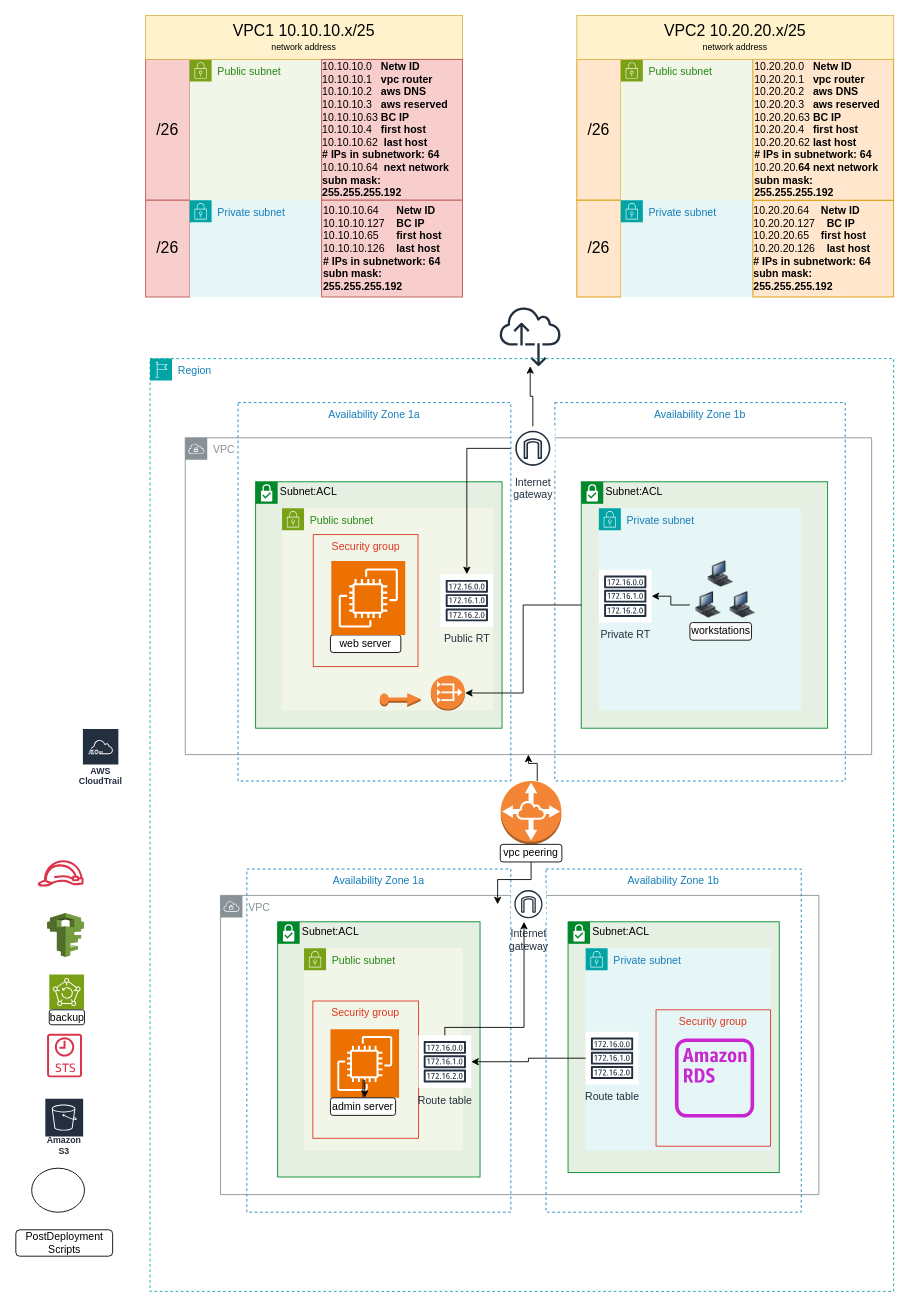
Above: 10_Final_Project/diagram_v1.0/FinalProject-v1.0.drawio in techgrounds/techgrounds-FvL69-1 (draw.io), before the change. Source tidied: cells renumbered, new cells numbered last; positions are measured from the earlier drawing's top-left corner, leaving out a move shared by most shapes. Both pictures are drawn from the tidied source at 88%, with x=0, y=0 at pixel (15, 15).
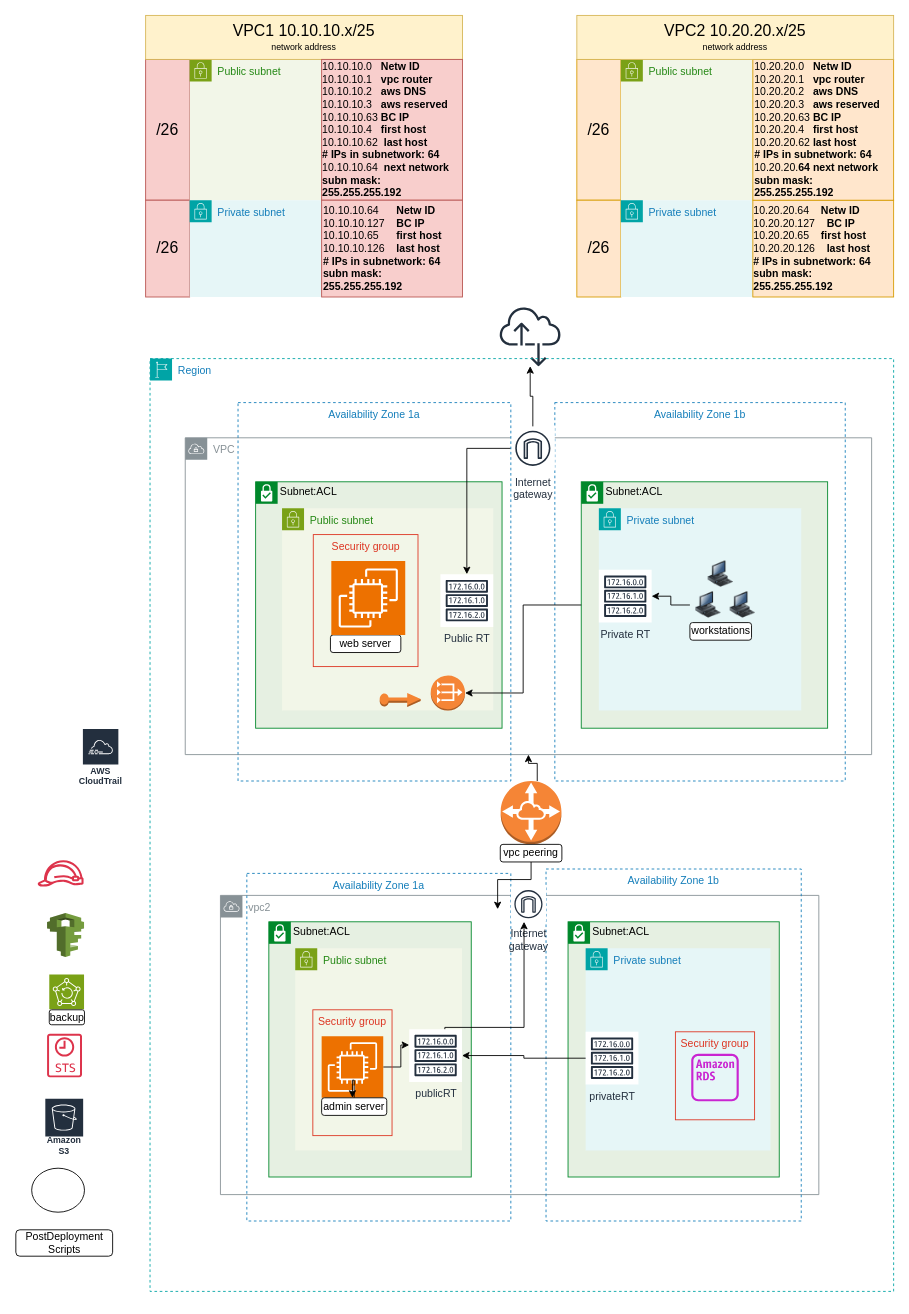
After the change.

Unchanged cells that the change refers to:
```xml
<mxCell id="27" value="Region" style="points=[[0,0],[0.25,0],[0.5,0],[0.75,0],[1,0],[1,0.25],[1,0.5],[1,0.75],[1,1],[0.75,1],[0.5,1],[0.25,1],[0,1],[0,0.75],[0,0.5],[0,0.25]];outlineConnect=0;gradientColor=none;html=1;whiteSpace=wrap;fontSize=12;fontStyle=0;shape=mxgraph.aws4.group;grIcon=mxgraph.aws4.group_region;strokeColor=#00A4A6;fillColor=none;verticalAlign=top;align=left;spacingLeft=30;fontColor=#147EBA;dashed=1;" parent="1" vertex="1">
  <mxGeometry x="153" y="390" width="845" height="1060" as="geometry" />
</mxCell>
<mxCell id="39" value="Private subnet" style="gradientColor=none;html=1;whiteSpace=wrap;fontSize=12;fontStyle=0;shape=mxgraph.aws4.group;grIcon=mxgraph.aws4.group_security_group;grStroke=0;strokeColor=#00A4A6;fillColor=#E6F6F7;verticalAlign=top;align=left;spacingLeft=30;fontColor=#147EBA;dashed=0;" parent="38" vertex="1">
  <mxGeometry x="20" y="30" width="210" height="230" as="geometry" />
</mxCell>
```

Change to the diagram source:
```diff
@@
-    <mxCell id="28" value="VPC" style="sketch=0;gradientColor=none;html=1;whiteSpace=wrap;fontSize=12;fontStyle=0;shape=mxgraph.aws4.group;grIcon=mxgraph.aws4.group_vpc;strokeColor=#879196;fillColor=none;verticalAlign=top;align=left;spacingLeft=30;fontColor=#879196;dashed=0;" parent="27" vertex="1">
+    <mxCell id="28" value="vpc2" style="sketch=0;gradientColor=none;html=1;whiteSpace=wrap;fontSize=12;fontStyle=0;shape=mxgraph.aws4.group;grIcon=mxgraph.aws4.group_vpc;strokeColor=#879196;fillColor=none;verticalAlign=top;align=left;spacingLeft=30;fontColor=#879196;dashed=0;" parent="27" vertex="1">
       <mxGeometry x="80" y="610" width="680" height="340" as="geometry" />
     </mxCell>
     <mxCell id="29" value="Availability Zone 1a" style="fillColor=none;strokeColor=#147EBA;dashed=1;verticalAlign=top;fontStyle=0;fontColor=#147EBA;whiteSpace=wrap;html=1;" parent="27" vertex="1">
-      <mxGeometry x="110" y="580" width="300" height="390" as="geometry" />
+      <mxGeometry x="110" y="585" width="300" height="395" as="geometry" />
     </mxCell>
     <mxCell id="30" value="Availability Zone 1b" style="fillColor=none;strokeColor=#147EBA;dashed=1;verticalAlign=top;fontStyle=0;fontColor=#147EBA;whiteSpace=wrap;html=1;" parent="27" vertex="1">
-      <mxGeometry x="450" y="580" width="290" height="390" as="geometry" />
+      <mxGeometry x="450" y="580" width="290" height="400" as="geometry" />
     </mxCell>
     <mxCell id="31" value="Subnet:ACL" style="shape=mxgraph.ibm.box;prType=subnet;fontStyle=0;verticalAlign=top;align=left;spacingLeft=32;spacingTop=4;fillColor=#E6F0E2;rounded=0;whiteSpace=wrap;html=1;strokeColor=#00882B;strokeWidth=1;dashed=0;spacing=-4;" parent="27" vertex="1">
-      <mxGeometry x="145" y="640" width="230" height="290" as="geometry" />
+      <mxGeometry x="135" y="640" width="230" height="290" as="geometry" />
     </mxCell>
     <mxCell id="32" value="Public subnet" style="gradientColor=none;html=1;whiteSpace=wrap;fontSize=12;fontStyle=0;shape=mxgraph.aws4.group;grIcon=mxgraph.aws4.group_security_group;grStroke=0;strokeColor=#7AA116;fillColor=#F2F6E8;verticalAlign=top;align=left;spacingLeft=30;fontColor=#248814;dashed=0;" parent="31" vertex="1">
-      <mxGeometry x="30" y="30" width="180" height="230" as="geometry" />
+      <mxGeometry x="30" y="30" width="189.5" height="230" as="geometry" />
     </mxCell>
+    <mxCell id="37" value="publicRT" style="sketch=0;outlineConnect=0;fontColor=#232F3E;gradientColor=none;strokeColor=#232F3E;fillColor=#ffffff;dashed=0;verticalLabelPosition=bottom;verticalAlign=top;align=center;html=1;fontSize=12;fontStyle=0;shape=mxgraph.aws4.resourceIcon;resIcon=mxgraph.aws4.route_table;" parent="32" vertex="1">
+      <mxGeometry x="129.5" y="92" width="60" height="60" as="geometry" />
+    </mxCell>
+    <mxCell id="74" style="edgeStyle=orthogonalEdgeStyle;rounded=0;jettySize=auto;html=1;" parent="31" edge="1" source="33" target="37">
+      <mxGeometry relative="1" as="geometry">
+        <Array as="points">
+          <mxPoint x="150" y="165" />
+          <mxPoint x="150" y="140" />
+        </Array>
+      </mxGeometry>
+    </mxCell>
     <mxCell id="33" style="sketch=0;points=[[0,0,0],[0.25,0,0],[0.5,0,0],[0.75,0,0],[1,0,0],[0,1,0],[0.25,1,0],[0.5,1,0],[0.75,1,0],[1,1,0],[0,0.25,0],[0,0.5,0],[0,0.75,0],[1,0.25,0],[1,0.5,0],[1,0.75,0]];outlineConnect=0;fontColor=#232F3E;fillColor=#ED7100;strokeColor=#ffffff;dashed=0;verticalLabelPosition=bottom;verticalAlign=top;align=center;html=1;fontSize=12;fontStyle=0;shape=mxgraph.aws4.resourceIcon;resIcon=mxgraph.aws4.ec2;" parent="31" vertex="1">
-      <mxGeometry x="60" y="122" width="78" height="78" as="geometry" />
+      <mxGeometry x="60" y="130" width="70" height="70" as="geometry" />
     </mxCell>
@@
     <mxCell id="36" value="Security group" style="fillColor=none;strokeColor=#DD3522;verticalAlign=top;fontStyle=0;fontColor=#DD3522;whiteSpace=wrap;html=1;" parent="31" vertex="1">
-      <mxGeometry x="40" y="90" width="120" height="156" as="geometry" />
+      <mxGeometry x="50" y="100" width="90" height="143" as="geometry" />
     </mxCell>
-    <mxCell id="37" value="Route table" style="sketch=0;outlineConnect=0;fontColor=#232F3E;gradientColor=none;strokeColor=#232F3E;fillColor=#ffffff;dashed=0;verticalLabelPosition=bottom;verticalAlign=top;align=center;html=1;fontSize=12;fontStyle=0;shape=mxgraph.aws4.resourceIcon;resIcon=mxgraph.aws4.route_table;" parent="31" vertex="1">
-      <mxGeometry x="160" y="129" width="60" height="60" as="geometry" />
-    </mxCell>
     <mxCell id="38" value="Subnet:ACL" style="shape=mxgraph.ibm.box;prType=subnet;fontStyle=0;verticalAlign=top;align=left;spacingLeft=32;spacingTop=4;fillColor=#E6F0E2;rounded=0;whiteSpace=wrap;html=1;strokeColor=#00882B;strokeWidth=1;dashed=0;spacing=-4;" parent="27" vertex="1">
-      <mxGeometry x="475" y="640" width="240" height="285" as="geometry" />
+      <mxGeometry x="475" y="640" width="240" height="290" as="geometry" />
     </mxCell>
@@
+    <mxCell id="41" value="Security group" style="fillColor=none;strokeColor=#DD3522;verticalAlign=top;fontStyle=0;fontColor=#DD3522;whiteSpace=wrap;html=1;" parent="39" vertex="1">
+      <mxGeometry x="102" y="95" width="90" height="100" as="geometry" />
+    </mxCell>
     <mxCell id="40" style="sketch=0;fontColor=#232F3E;gradientColor=none;fillColor=#C925D1;strokeColor=none;dashed=0;verticalLabelPosition=bottom;verticalAlign=top;align=center;html=1;fontSize=12;fontStyle=0;shape=mxgraph.aws4.rds_instance_alt;" parent="38" vertex="1">
-      <mxGeometry x="121.5" y="132.5" width="90" height="90" as="geometry" />
+      <mxGeometry x="140" y="150" width="54" height="54" as="geometry" />
     </mxCell>
-    <mxCell id="41" value="Security group" style="fillColor=none;strokeColor=#DD3522;verticalAlign=top;fontStyle=0;fontColor=#DD3522;whiteSpace=wrap;html=1;" parent="38" vertex="1">
-      <mxGeometry x="100" y="100" width="130" height="155" as="geometry" />
-    </mxCell>
-    <mxCell id="42" value="Route table" style="sketch=0;outlineConnect=0;fontColor=#232F3E;gradientColor=none;strokeColor=#232F3E;fillColor=#ffffff;dashed=0;verticalLabelPosition=bottom;verticalAlign=top;align=center;html=1;fontSize=12;fontStyle=0;shape=mxgraph.aws4.resourceIcon;resIcon=mxgraph.aws4.route_table;" parent="38" vertex="1">
+    <mxCell id="42" value="privateRT" style="sketch=0;outlineConnect=0;fontColor=#232F3E;gradientColor=none;strokeColor=#232F3E;fillColor=#ffffff;dashed=0;verticalLabelPosition=bottom;verticalAlign=top;align=center;html=1;fontSize=12;fontStyle=0;shape=mxgraph.aws4.resourceIcon;resIcon=mxgraph.aws4.route_table;" parent="38" vertex="1">
       <mxGeometry x="20" y="125" width="60" height="60" as="geometry" />
     </mxCell>
```
